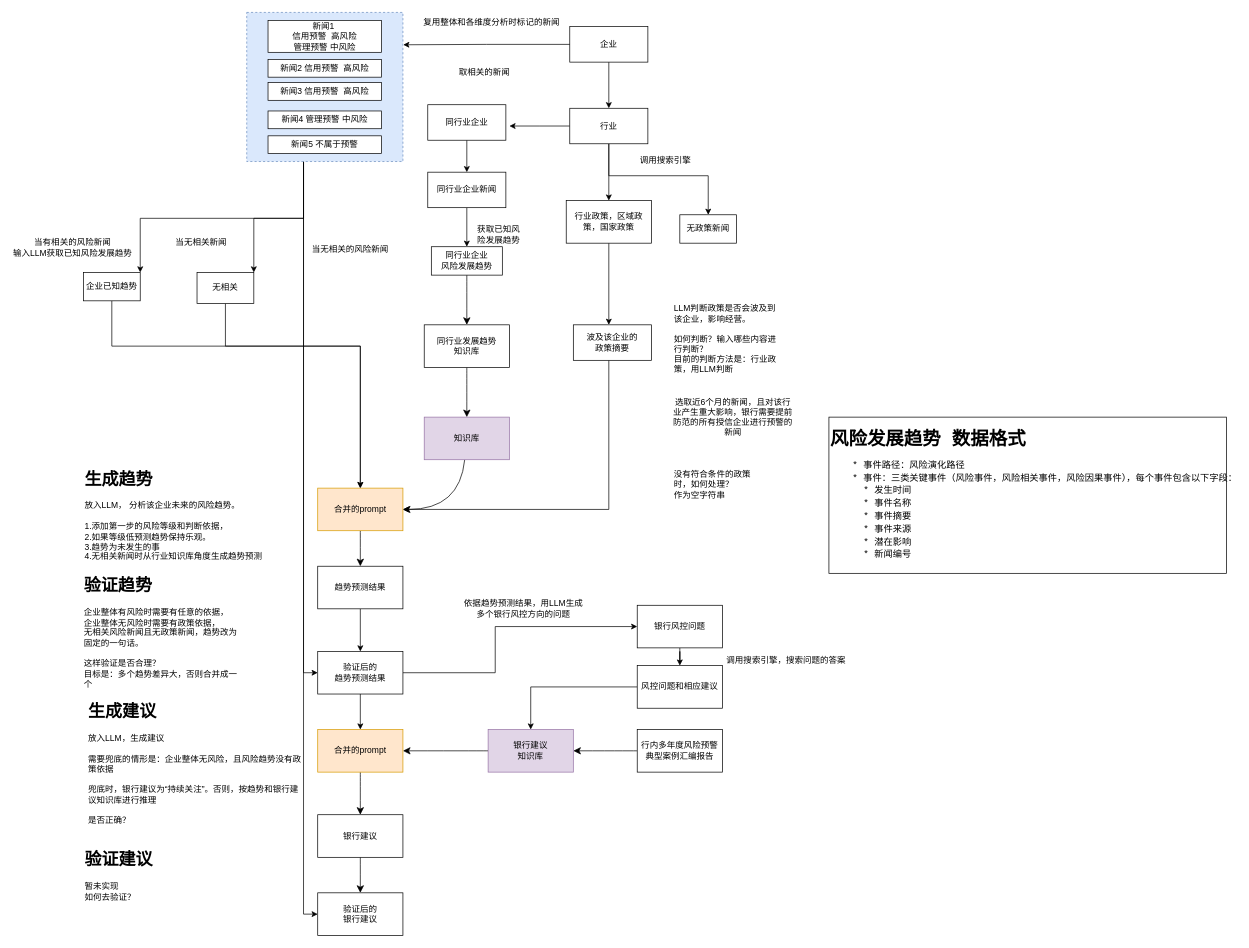
This is page "趋势预测" (1 of 2) of 舆情分析.drawio from brothermaster/draw, a draw.io file, before an edit. Source tidied: cells renumbered, new cells numbered last; positions are measured from the earlier drawing's top-left corner, leaving out a move shared by most shapes. Both pictures are drawn from the tidied source at 71%, with x=0, y=0 at pixel (12, 12).
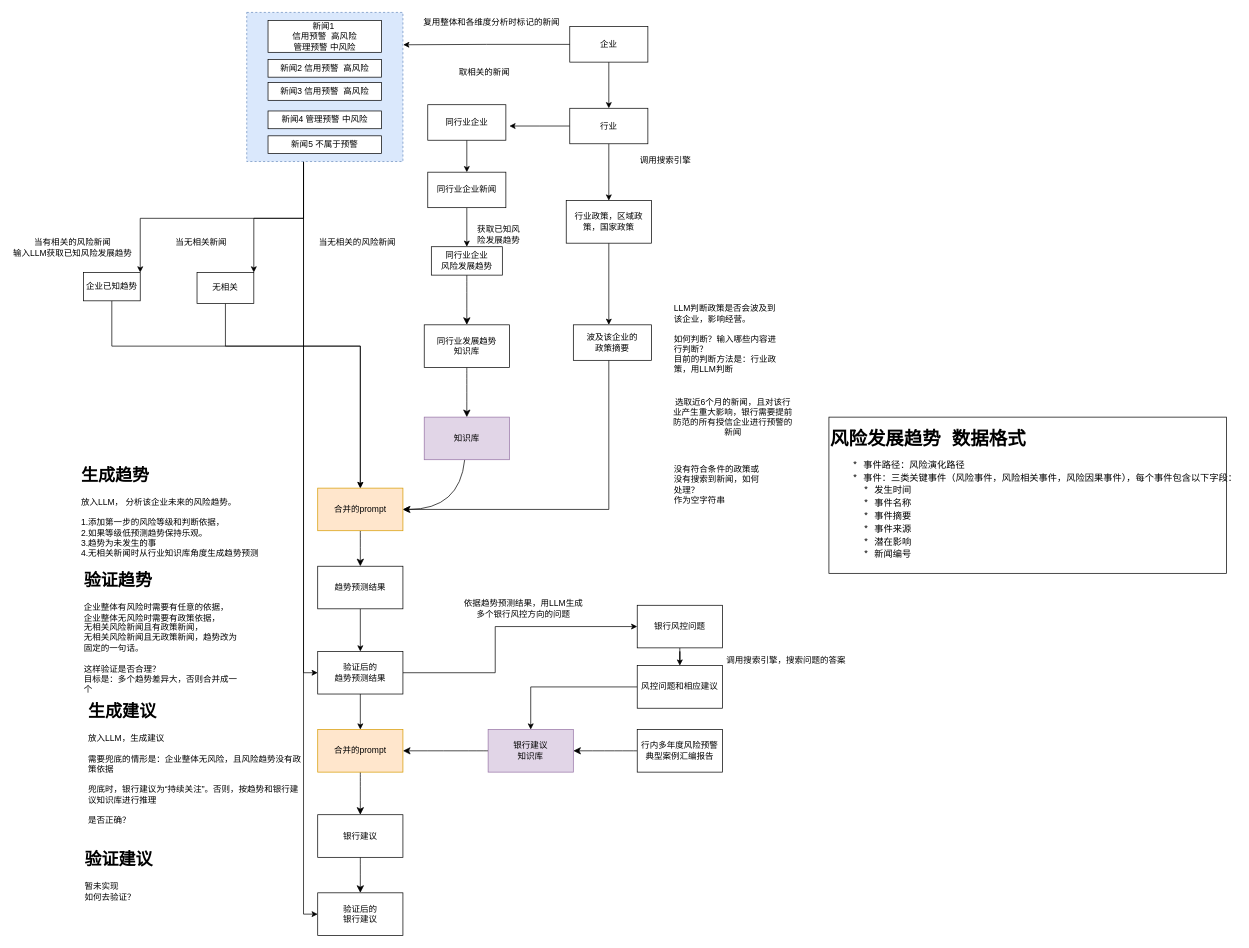
After the change.

The change refers to these unchanged cells:
```xml
<mxCell id="46" value="行业" style="html=1;whiteSpace=wrap;" parent="1" vertex="1">
  <mxGeometry x="785" y="135" width="110" height="50" as="geometry" />
</mxCell>
```

What changed in the source:
```diff
@@
     <mxCell id="8" value="&lt;div style=&quot;&quot;&gt;&lt;h1&gt;&lt;span style=&quot;background-color: transparent; color: light-dark(rgb(0, 0, 0), rgb(255, 255, 255));&quot;&gt;生成趋势&lt;/span&gt;&lt;/h1&gt;&lt;span style=&quot;background-color: transparent; color: light-dark(rgb(0, 0, 0), rgb(255, 255, 255));&quot;&gt;放入LLM， 分析该企业未来的风险趋势。&lt;/span&gt;&lt;/div&gt;&lt;br&gt;&lt;div&gt;1.添加第一步的风险等级和判断依据，&lt;/div&gt;&lt;div&gt;2.如果等级低预测趋势保持乐观。&lt;/div&gt;&lt;div&gt;&lt;span style=&quot;background-color: transparent; color: light-dark(rgb(0, 0, 0), rgb(255, 255, 255));&quot;&gt;3.趋势为未发生的事&lt;/span&gt;&lt;/div&gt;&lt;div&gt;4.无相关新闻时&lt;span style=&quot;text-align: center;&quot;&gt;从行业知识库角度生成趋势预测&lt;/span&gt;&lt;br&gt;&lt;div&gt;&lt;span style=&quot;background-color: transparent; color: light-dark(rgb(0, 0, 0), rgb(255, 255, 255));&quot;&gt;&lt;br&gt;&lt;/span&gt;&lt;/div&gt;&lt;div&gt;&lt;br&gt;&lt;/div&gt;&lt;/div&gt;" style="text;html=1;align=left;verticalAlign=middle;whiteSpace=wrap;rounded=0;" parent="1" vertex="1">
-      <mxGeometry x="100" y="640" width="320" height="150" as="geometry" />
+      <mxGeometry x="95" y="640" width="305" height="140" as="geometry" />
     </mxCell>
@@
-    <mxCell id="27" value="&lt;div style=&quot;&quot;&gt;&lt;h1 style=&quot;text-align: left;&quot;&gt;&lt;span style=&quot;background-color: transparent; color: light-dark(rgb(0, 0, 0), rgb(255, 255, 255));&quot;&gt;验证趋势&lt;/span&gt;&lt;/h1&gt;&lt;div style=&quot;text-align: left;&quot;&gt;&lt;span style=&quot;background-color: transparent; color: light-dark(rgb(0, 0, 0), rgb(255, 255, 255));&quot;&gt;企业整体有风险时需要有任意的依据，&lt;/span&gt;&lt;/div&gt;&lt;div style=&quot;text-align: left;&quot;&gt;&lt;span style=&quot;background-color: transparent; color: light-dark(rgb(0, 0, 0), rgb(255, 255, 255));&quot;&gt;企业整体无风险时需要有政策依据，&lt;/span&gt;&lt;/div&gt;&lt;/div&gt;&lt;div style=&quot;text-align: left;&quot;&gt;无相关风险新闻且无政策新闻，趋势改为&lt;span style=&quot;background-color: transparent; color: light-dark(rgb(0, 0, 0), rgb(255, 255, 255));&quot;&gt;固定的一句话。&lt;/span&gt;&lt;/div&gt;&lt;div style=&quot;text-align: left;&quot;&gt;&lt;span style=&quot;background-color: transparent; color: light-dark(rgb(0, 0, 0), rgb(255, 255, 255));&quot;&gt;&lt;br&gt;&lt;/span&gt;&lt;/div&gt;&lt;div style=&quot;text-align: left;&quot;&gt;&lt;span style=&quot;background-color: transparent; color: light-dark(rgb(0, 0, 0), rgb(255, 255, 255));&quot;&gt;这样验证是否合理？&lt;/span&gt;&lt;/div&gt;&lt;div style=&quot;text-align: left;&quot;&gt;目标是：多个趋势差异大，否则合并成一个&lt;/div&gt;" style="text;html=1;align=center;verticalAlign=middle;whiteSpace=wrap;rounded=0;" parent="1" vertex="1">
+    <mxCell id="27" value="&lt;div style=&quot;&quot;&gt;&lt;h1 style=&quot;text-align: left;&quot;&gt;&lt;span style=&quot;background-color: transparent; color: light-dark(rgb(0, 0, 0), rgb(255, 255, 255));&quot;&gt;验证趋势&lt;/span&gt;&lt;/h1&gt;&lt;div style=&quot;text-align: left;&quot;&gt;&lt;span style=&quot;background-color: transparent; color: light-dark(rgb(0, 0, 0), rgb(255, 255, 255));&quot;&gt;企业整体有风险时需要有任意的依据，&lt;/span&gt;&lt;/div&gt;&lt;div style=&quot;text-align: left;&quot;&gt;&lt;span style=&quot;background-color: transparent; color: light-dark(rgb(0, 0, 0), rgb(255, 255, 255));&quot;&gt;企业整体无风险时需要有政策依据，&lt;/span&gt;&lt;/div&gt;&lt;div style=&quot;text-align: left;&quot;&gt;无相关风险新闻且有政策新闻，&lt;span style=&quot;background-color: transparent; color: light-dark(rgb(0, 0, 0), rgb(255, 255, 255));&quot;&gt;&lt;/span&gt;&lt;/div&gt;&lt;/div&gt;&lt;div style=&quot;text-align: left;&quot;&gt;无相关风险新闻且无政策新闻，趋势改为&lt;span style=&quot;background-color: transparent; color: light-dark(rgb(0, 0, 0), rgb(255, 255, 255));&quot;&gt;固定的一句话。&lt;/span&gt;&lt;/div&gt;&lt;div style=&quot;text-align: left;&quot;&gt;&lt;span style=&quot;background-color: transparent; color: light-dark(rgb(0, 0, 0), rgb(255, 255, 255));&quot;&gt;&lt;br&gt;&lt;/span&gt;&lt;/div&gt;&lt;div style=&quot;text-align: left;&quot;&gt;&lt;span style=&quot;background-color: transparent; color: light-dark(rgb(0, 0, 0), rgb(255, 255, 255));&quot;&gt;这样验证是否合理？&lt;/span&gt;&lt;/div&gt;&lt;div style=&quot;text-align: left;&quot;&gt;目标是：多个趋势差异大，否则合并成一个&lt;/div&gt;" style="text;html=1;align=center;verticalAlign=middle;whiteSpace=wrap;rounded=0;" parent="1" vertex="1">
       <mxGeometry x="100" y="773.8" width="225" height="182.5" as="geometry" />
     </mxCell>
@@
-    <mxCell id="45" style="edgeStyle=orthogonalEdgeStyle;rounded=0;jettySize=auto;html=1;entryX=0.5;entryY=0;entryDx=0;entryDy=0;" parent="1" edge="1" source="46" target="74">
-      <mxGeometry relative="1" as="geometry">
-        <Array as="points">
-          <mxPoint x="840" y="230" />
-          <mxPoint x="980" y="230" />
-        </Array>
-      </mxGeometry>
-    </mxCell>
@@
     <mxCell id="59" value="&lt;span style=&quot;forced-color-adjust: none; color: light-dark(rgb(0, 0, 0), rgb(255, 255, 255)); font-family: Helvetica; font-size: 12px; font-style: normal; font-variant-ligatures: normal; font-variant-caps: normal; font-weight: 400; letter-spacing: normal; orphans: 2; text-indent: 0px; text-transform: none; widows: 2; word-spacing: 0px; -webkit-text-stroke-width: 0px; white-space: normal; background-color: transparent; text-decoration-thickness: initial; text-decoration-style: initial; text-decoration-color: initial; text-align: center;&quot;&gt;当无相关的风险&lt;/span&gt;&lt;span style=&quot;forced-color-adjust: none; color: light-dark(rgb(0, 0, 0), rgb(255, 255, 255)); font-family: Helvetica; font-size: 12px; font-style: normal; font-variant-ligatures: normal; font-variant-caps: normal; font-weight: 400; letter-spacing: normal; orphans: 2; text-indent: 0px; text-transform: none; widows: 2; word-spacing: 0px; -webkit-text-stroke-width: 0px; white-space: normal; background-color: transparent; text-decoration-thickness: initial; text-decoration-style: initial; text-decoration-color: initial; text-align: center;&quot;&gt;新闻&lt;/span&gt;" style="text;whiteSpace=wrap;html=1;" parent="1" vertex="1">
-      <mxGeometry x="420" y="320" width="120" height="30" as="geometry" />
+      <mxGeometry x="430" y="310" width="120" height="30" as="geometry" />
     </mxCell>
@@
-    <mxCell id="73" value="没有符合条件的政策时，如何处理？&lt;div&gt;作为空字符串&lt;/div&gt;" style="text;html=1;align=left;verticalAlign=middle;whiteSpace=wrap;rounded=0;" parent="1" vertex="1">
+    <mxCell id="73" value="没有符合条件的政策或没有搜索到新闻，如何处理？&lt;div&gt;作为空字符串&lt;/div&gt;" style="text;html=1;align=left;verticalAlign=middle;whiteSpace=wrap;rounded=0;" parent="1" vertex="1">
       <mxGeometry x="930" y="650" width="130" height="30" as="geometry" />
     </mxCell>
-    <mxCell id="74" value="无政策新闻" style="html=1;whiteSpace=wrap;" parent="1" vertex="1">
-      <mxGeometry x="940" y="285" width="80" height="40" as="geometry" />
-    </mxCell>
```
